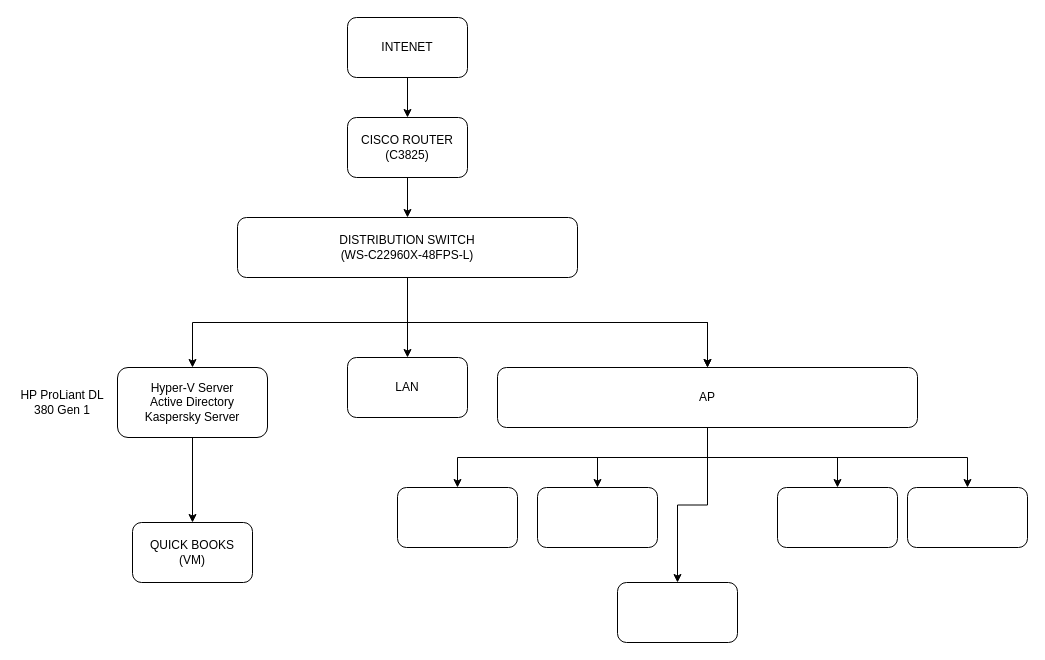
alabyekkubo-ssuubi-brian/Automation-Projects keeps this draw.io diagram as UNATU.drawio. Above is the earlier version. Source tidied: cells renumbered, new cells numbered last; positions are measured from the earlier drawing's top-left corner, leaving out a move shared by most shapes. Both pictures are drawn from the tidied source at 100%, with x=0, y=0 at pixel (17, 17).
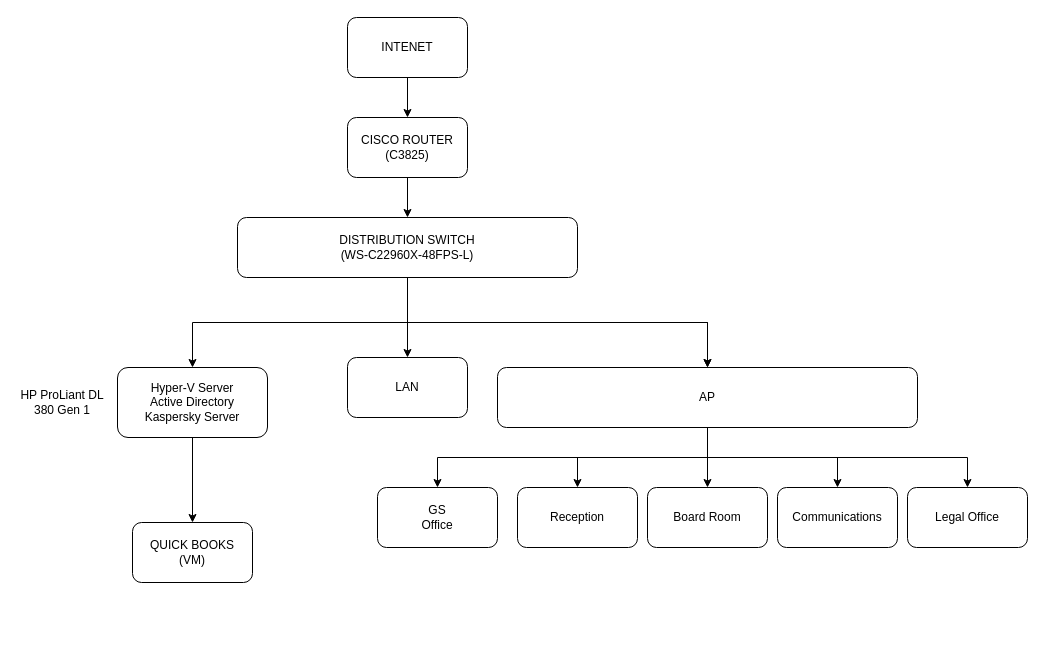
After the change.

Change to the diagram source:
```diff
@@
-    <mxCell id="22" style="whiteSpace=wrap;html=1;rounded=1;" parent="1" vertex="1">
-      <mxGeometry x="380" y="470" width="120" height="60" as="geometry" />
+    <mxCell id="22" value="GS&lt;div&gt;Office&lt;/div&gt;" style="whiteSpace=wrap;html=1;rounded=1;" parent="1" vertex="1">
+      <mxGeometry x="360" y="470" width="120" height="60" as="geometry" />
     </mxCell>
-    <mxCell id="23" style="whiteSpace=wrap;html=1;rounded=1;" parent="1" vertex="1">
-      <mxGeometry x="520" y="470" width="120" height="60" as="geometry" />
+    <mxCell id="23" value="Reception" style="whiteSpace=wrap;html=1;rounded=1;" parent="1" vertex="1">
+      <mxGeometry x="500" y="470" width="120" height="60" as="geometry" />
     </mxCell>
-    <mxCell id="24" style="whiteSpace=wrap;html=1;rounded=1;" parent="1" vertex="1">
+    <mxCell id="24" value="Communications" style="whiteSpace=wrap;html=1;rounded=1;" parent="1" vertex="1">
       <mxGeometry x="760" y="470" width="120" height="60" as="geometry" />
     </mxCell>
-    <mxCell id="25" style="whiteSpace=wrap;html=1;rounded=1;" parent="1" vertex="1">
+    <mxCell id="25" value="Legal Office" style="whiteSpace=wrap;html=1;rounded=1;" parent="1" vertex="1">
       <mxGeometry x="890" y="470" width="120" height="60" as="geometry" />
     </mxCell>
-    <mxCell id="26" style="whiteSpace=wrap;html=1;rounded=1;" parent="1" vertex="1">
-      <mxGeometry x="600" y="565" width="120" height="60" as="geometry" />
+    <mxCell id="26" value="Board Room" style="whiteSpace=wrap;html=1;rounded=1;" parent="1" vertex="1">
+      <mxGeometry x="630" y="470" width="120" height="60" as="geometry" />
     </mxCell>
```
